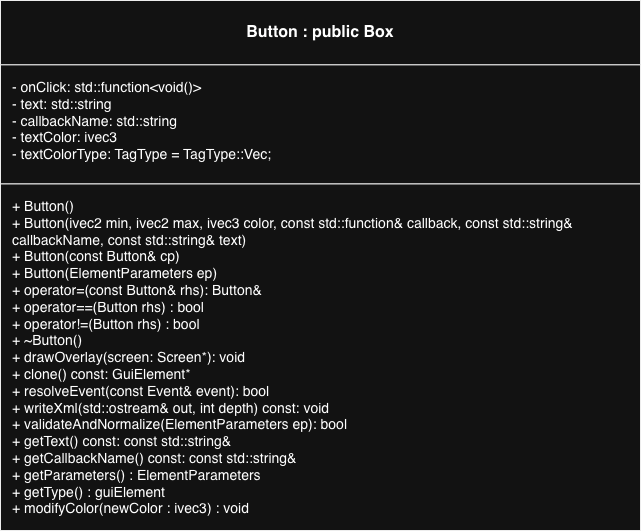
The draw.io diagram images/Button_UML.png in cgreen2048/ArtHuddle, before a commit. Source tidied: cells renumbered, new cells last; positions are measured from the earlier drawing's top-left corner, leaving out a move shared by most shapes.
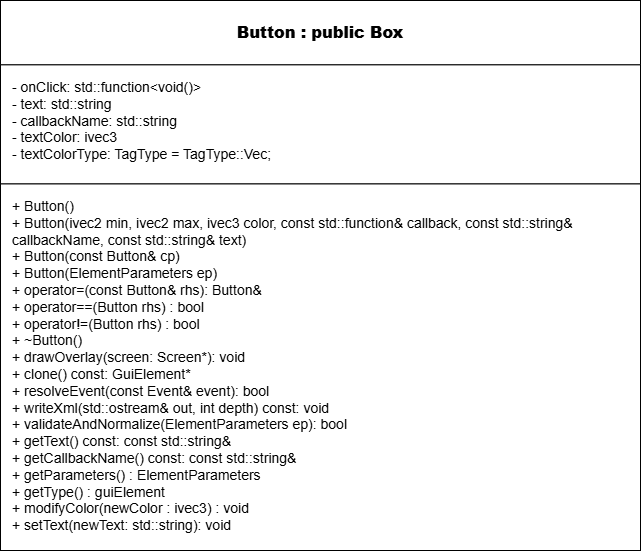
After the commit.

The edit, as a diff of the source:
```diff
@@ -3,7 +3,7 @@
     <mxCell id="0" />
     <mxCell id="1" parent="0" />
     <mxCell id="2" style="shape=rectangle;whiteSpace=wrap;html=1;rounded=0;strokeColor=#000000;fillColor=#ffffff;" parent="1" vertex="1">
-      <mxGeometry width="640" height="530" as="geometry" />
+      <mxGeometry width="640" height="550" as="geometry" />
     </mxCell>
     <mxCell id="3" value="&lt;b&gt;Button : public Box&lt;/b&gt;" style="shape=rectangle;whiteSpace=wrap;html=1;rounded=0;strokeColor=#000000;fillColor=#ffffff;align=center;verticalAlign=middle;fontStyle=1;fontSize=16;" parent="2" vertex="1">
       <mxGeometry width="640" height="64.4" as="geometry" />
@@ -11,8 +11,8 @@
     <mxCell id="4" value="- onClick: std::function&amp;lt;void()&amp;gt;&lt;br&gt;- text: std::string&lt;div&gt;- callbackName:&amp;nbsp;&lt;span style=&quot;background-color: transparent; color: light-dark(rgb(0, 0, 0), rgb(255, 255, 255));&quot;&gt;std::string&lt;/span&gt;&lt;/div&gt;&lt;div&gt;&lt;span style=&quot;background-color: transparent; color: light-dark(rgb(0, 0, 0), rgb(255, 255, 255));&quot;&gt;- textColor: ivec3&lt;/span&gt;&lt;/div&gt;&lt;div&gt;&lt;span style=&quot;background-color: transparent; color: light-dark(rgb(0, 0, 0), rgb(255, 255, 255));&quot;&gt;- textColorType: TagType = TagType::Vec;&lt;/span&gt;&lt;/div&gt;" style="shape=rectangle;whiteSpace=wrap;html=1;rounded=0;strokeColor=#000000;fillColor=#ffffff;align=left;verticalAlign=top;spacingLeft=10;spacingTop=8;fontSize=14;" parent="2" vertex="1">
       <mxGeometry y="64.4" width="640" height="119.1" as="geometry" />
     </mxCell>
-    <mxCell id="5" value="+ Button()&lt;br&gt;+ Button(ivec2 min, ivec2 max, ivec3 color, const std::function&amp;amp; callback, const std::string&amp;amp; callbackName, const std::string&amp;amp; text)&lt;br&gt;+ Button(const Button&amp;amp; cp)&lt;div&gt;+&amp;nbsp;Button(ElementParameters ep)&lt;br&gt;+ operator=(const Button&amp;amp; rhs): Button&amp;amp;&lt;/div&gt;&lt;div&gt;+&amp;nbsp;&lt;span style=&quot;background-color: transparent;&quot;&gt;operator==(Button rhs) : bool&lt;/span&gt;&lt;/div&gt;&lt;div&gt;&lt;span style=&quot;background-color: transparent; color: light-dark(rgb(0, 0, 0), rgb(255, 255, 255));&quot;&gt;+ operator!=(Button rhs) : bool&lt;/span&gt;&lt;span style=&quot;background-color: transparent;&quot;&gt;&lt;br&gt;&lt;/span&gt;+ ~Button()&lt;/div&gt;&lt;div&gt;+ drawOverlay(screen: Screen*): void&lt;/div&gt;&lt;div&gt;+ clone() const: GuiElement*&lt;br&gt;+ resolveEvent(const Event&amp;amp; event): bool&lt;br&gt;+ writeXml(std::ostream&amp;amp; out, int depth) const: void&lt;/div&gt;&lt;div&gt;+ validateAndNormalize(ElementParameters ep): bool&lt;/div&gt;&lt;div&gt;+&amp;nbsp;getText() const:&amp;nbsp;const std::string&amp;amp;&lt;/div&gt;&lt;div&gt;+&amp;nbsp;getCallbackName() const:&amp;nbsp;const std::string&amp;amp;&lt;/div&gt;&lt;div&gt;+ getParameters() : ElementParameters&lt;/div&gt;&lt;div&gt;+ getType() : guiElement&lt;/div&gt;&lt;div&gt;&lt;div&gt;+ modifyColor(newColor : ivec3) : void&lt;/div&gt;&lt;/div&gt;" style="shape=rectangle;whiteSpace=wrap;html=1;rounded=0;strokeColor=#000000;fillColor=#ffffff;align=left;verticalAlign=top;spacingLeft=10;spacingTop=8;fontSize=14;" parent="2" vertex="1">
-      <mxGeometry y="183.5" width="640" height="346.5" as="geometry" />
+    <mxCell id="5" value="+ Button()&lt;br&gt;+ Button(ivec2 min, ivec2 max, ivec3 color, const std::function&amp;amp; callback, const std::string&amp;amp; callbackName, const std::string&amp;amp; text)&lt;br&gt;+ Button(const Button&amp;amp; cp)&lt;div&gt;+&amp;nbsp;Button(ElementParameters ep)&lt;br&gt;+ operator=(const Button&amp;amp; rhs): Button&amp;amp;&lt;/div&gt;&lt;div&gt;+&amp;nbsp;&lt;span style=&quot;background-color: transparent;&quot;&gt;operator==(Button rhs) : bool&lt;/span&gt;&lt;/div&gt;&lt;div&gt;&lt;span style=&quot;background-color: transparent; color: light-dark(rgb(0, 0, 0), rgb(255, 255, 255));&quot;&gt;+ operator!=(Button rhs) : bool&lt;/span&gt;&lt;span style=&quot;background-color: transparent;&quot;&gt;&lt;br&gt;&lt;/span&gt;+ ~Button()&lt;/div&gt;&lt;div&gt;+ drawOverlay(screen: Screen*): void&lt;/div&gt;&lt;div&gt;+ clone() const: GuiElement*&lt;br&gt;+ resolveEvent(const Event&amp;amp; event): bool&lt;br&gt;+ writeXml(std::ostream&amp;amp; out, int depth) const: void&lt;/div&gt;&lt;div&gt;+ validateAndNormalize(ElementParameters ep): bool&lt;/div&gt;&lt;div&gt;+&amp;nbsp;getText() const:&amp;nbsp;const std::string&amp;amp;&lt;/div&gt;&lt;div&gt;+&amp;nbsp;getCallbackName() const:&amp;nbsp;const std::string&amp;amp;&lt;/div&gt;&lt;div&gt;+ getParameters() : ElementParameters&lt;/div&gt;&lt;div&gt;+ getType() : guiElement&lt;/div&gt;&lt;div&gt;&lt;div&gt;+ modifyColor(newColor : ivec3) : void&lt;/div&gt;&lt;/div&gt;&lt;div&gt;+ setText(newText: std::string): void&lt;/div&gt;" style="shape=rectangle;whiteSpace=wrap;html=1;rounded=0;strokeColor=#000000;fillColor=#ffffff;align=left;verticalAlign=top;spacingLeft=10;spacingTop=8;fontSize=14;" parent="2" vertex="1">
+      <mxGeometry y="183.5" width="640" height="366.5" as="geometry" />
     </mxCell>
   </root>
 </mxGraphModel>
```
